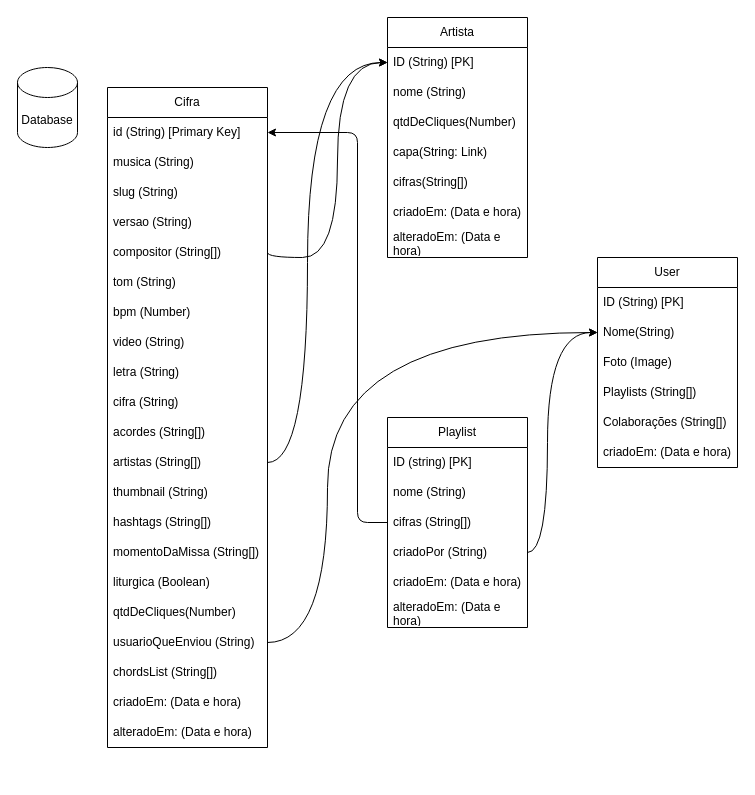
Above: MissaCifras.drawio in mauriciomira1/MissaCifras3.0 (draw.io), before the change. Source tidied: cells renumbered, new cells numbered last; positions are measured from the earlier drawing's top-left corner, leaving out a move shared by most shapes. Both pictures are drawn from the tidied source at 100%, with x=0, y=0 at pixel (17, 17).
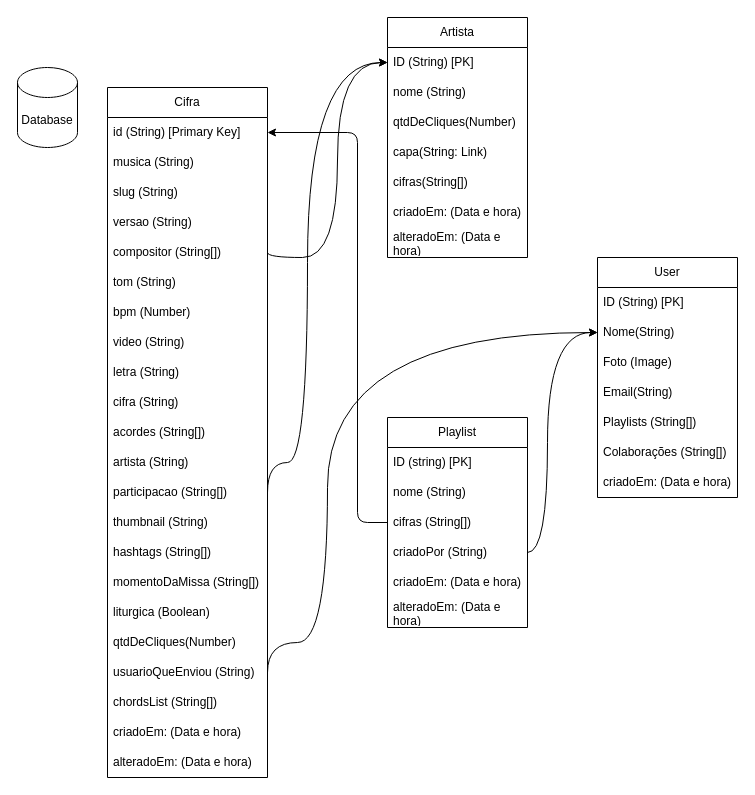
After the change.

Change to the diagram source:
```diff
@@
     <mxCell id="2" value="Cifra" style="swimlane;fontStyle=0;horizontal=1;startSize=30;whiteSpace=wrap;html=1;" parent="1" vertex="1">
-      <mxGeometry x="90" y="70" width="160" height="660" as="geometry" />
+      <mxGeometry x="90" y="70" width="160" height="690" as="geometry" />
     </mxCell>
@@
+    <mxCell id="52" value="artista (String)" style="text;strokeColor=none;fillColor=none;align=left;verticalAlign=middle;spacingLeft=4;spacingRight=4;overflow=hidden;whiteSpace=wrap;html=1;" parent="2" vertex="1">
+      <mxGeometry y="360" width="160" height="30" as="geometry" />
+    </mxCell>
-    <mxCell id="14" value="artistas (String[])" style="text;strokeColor=none;fillColor=none;align=left;verticalAlign=middle;spacingLeft=4;spacingRight=4;overflow=hidden;points=[[0,0.5],[1,0.5]];portConstraint=eastwest;whiteSpace=wrap;html=1;" parent="2" vertex="1">
-      <mxGeometry y="360" width="160" height="30" as="geometry" />
+    <mxCell id="14" value="participacao (String[])" style="text;strokeColor=none;fillColor=none;align=left;verticalAlign=middle;spacingLeft=4;spacingRight=4;overflow=hidden;points=[[0,0.5],[1,0.5]];portConstraint=eastwest;whiteSpace=wrap;html=1;" parent="2" vertex="1">
+      <mxGeometry y="390" width="160" height="30" as="geometry" />
     </mxCell>
     <mxCell id="15" value="thumbnail (String)" style="text;strokeColor=none;fillColor=none;align=left;verticalAlign=middle;spacingLeft=4;spacingRight=4;overflow=hidden;whiteSpace=wrap;html=1;" parent="2" vertex="1">
-      <mxGeometry y="390" width="160" height="30" as="geometry" />
+      <mxGeometry y="420" width="160" height="30" as="geometry" />
     </mxCell>
     <mxCell id="16" value="hashtags (String[])" style="text;strokeColor=none;fillColor=none;align=left;verticalAlign=middle;spacingLeft=4;spacingRight=4;overflow=hidden;whiteSpace=wrap;html=1;" parent="2" vertex="1">
-      <mxGeometry y="420" width="160" height="30" as="geometry" />
+      <mxGeometry y="450" width="160" height="30" as="geometry" />
     </mxCell>
     <mxCell id="17" value="momentoDaMissa (String[])" style="text;strokeColor=none;fillColor=none;align=left;verticalAlign=middle;spacingLeft=4;spacingRight=4;overflow=hidden;whiteSpace=wrap;html=1;" parent="2" vertex="1">
-      <mxGeometry y="450" width="160" height="30" as="geometry" />
+      <mxGeometry y="480" width="160" height="30" as="geometry" />
     </mxCell>
     <mxCell id="18" value="liturgica (Boolean)" style="text;strokeColor=none;fillColor=none;align=left;verticalAlign=middle;spacingLeft=4;spacingRight=4;overflow=hidden;whiteSpace=wrap;html=1;" parent="2" vertex="1">
-      <mxGeometry y="480" width="160" height="30" as="geometry" />
+      <mxGeometry y="510" width="160" height="30" as="geometry" />
     </mxCell>
     <mxCell id="19" value="qtdDeCliques(Number)" style="text;strokeColor=none;fillColor=none;align=left;verticalAlign=middle;spacingLeft=4;spacingRight=4;overflow=hidden;whiteSpace=wrap;html=1;" parent="2" vertex="1">
-      <mxGeometry y="510" width="160" height="30" as="geometry" />
+      <mxGeometry y="540" width="160" height="30" as="geometry" />
     </mxCell>
     <mxCell id="20" value="usuarioQueEnviou (String)" style="text;strokeColor=none;fillColor=none;align=left;verticalAlign=middle;spacingLeft=4;spacingRight=4;overflow=hidden;points=[[0,0.5],[1,0.5]];portConstraint=eastwest;whiteSpace=wrap;html=1;" parent="2" vertex="1">
-      <mxGeometry y="540" width="160" height="30" as="geometry" />
+      <mxGeometry y="570" width="160" height="30" as="geometry" />
     </mxCell>
     <mxCell id="21" value="chordsList (String[])" style="text;strokeColor=none;fillColor=none;align=left;verticalAlign=middle;spacingLeft=4;spacingRight=4;overflow=hidden;whiteSpace=wrap;html=1;" parent="2" vertex="1">
-      <mxGeometry y="570" width="160" height="30" as="geometry" />
+      <mxGeometry y="600" width="160" height="30" as="geometry" />
     </mxCell>
     <mxCell id="22" value="criadoEm: (Data e hora)" style="text;strokeColor=none;fillColor=none;align=left;verticalAlign=middle;spacingLeft=4;spacingRight=4;overflow=hidden;whiteSpace=wrap;html=1;" parent="2" vertex="1">
-      <mxGeometry y="600" width="160" height="30" as="geometry" />
+      <mxGeometry y="630" width="160" height="30" as="geometry" />
     </mxCell>
     <mxCell id="23" value="alteradoEm: (Data e hora)" style="text;strokeColor=none;fillColor=none;align=left;verticalAlign=middle;spacingLeft=4;spacingRight=4;overflow=hidden;whiteSpace=wrap;html=1;" parent="2" vertex="1">
-      <mxGeometry y="630" width="160" height="30" as="geometry" />
+      <mxGeometry y="660" width="160" height="30" as="geometry" />
     </mxCell>
@@
     <mxCell id="33" value="User" style="swimlane;fontStyle=0;horizontal=1;startSize=30;whiteSpace=wrap;html=1;" parent="1" vertex="1">
-      <mxGeometry x="580" y="240" width="140" height="210" as="geometry" />
+      <mxGeometry x="580" y="240" width="140" height="240" as="geometry" />
     </mxCell>
@@
+    <mxCell id="53" value="Email(String)" style="text;strokeColor=none;fillColor=none;align=left;verticalAlign=middle;spacingLeft=4;spacingRight=4;overflow=hidden;whiteSpace=wrap;html=1;" parent="33" vertex="1">
+      <mxGeometry y="120" width="140" height="30" as="geometry" />
+    </mxCell>
     <mxCell id="37" value="Playlists (String[])" style="text;strokeColor=none;fillColor=none;align=left;verticalAlign=middle;spacingLeft=4;spacingRight=4;overflow=hidden;whiteSpace=wrap;html=1;" parent="33" vertex="1">
-      <mxGeometry y="120" width="140" height="30" as="geometry" />
+      <mxGeometry y="150" width="140" height="30" as="geometry" />
     </mxCell>
     <mxCell id="38" value="Colaborações (String[])" style="text;strokeColor=none;fillColor=none;align=left;verticalAlign=middle;spacingLeft=4;spacingRight=4;overflow=hidden;whiteSpace=wrap;html=1;" parent="33" vertex="1">
-      <mxGeometry y="150" width="140" height="30" as="geometry" />
+      <mxGeometry y="180" width="140" height="30" as="geometry" />
     </mxCell>
     <mxCell id="39" value="criadoEm: (Data e hora)" style="text;strokeColor=none;fillColor=none;align=left;verticalAlign=middle;spacingLeft=4;spacingRight=4;overflow=hidden;whiteSpace=wrap;html=1;" parent="33" vertex="1">
-      <mxGeometry y="180" width="140" height="30" as="geometry" />
+      <mxGeometry y="210" width="140" height="30" as="geometry" />
     </mxCell>
```
